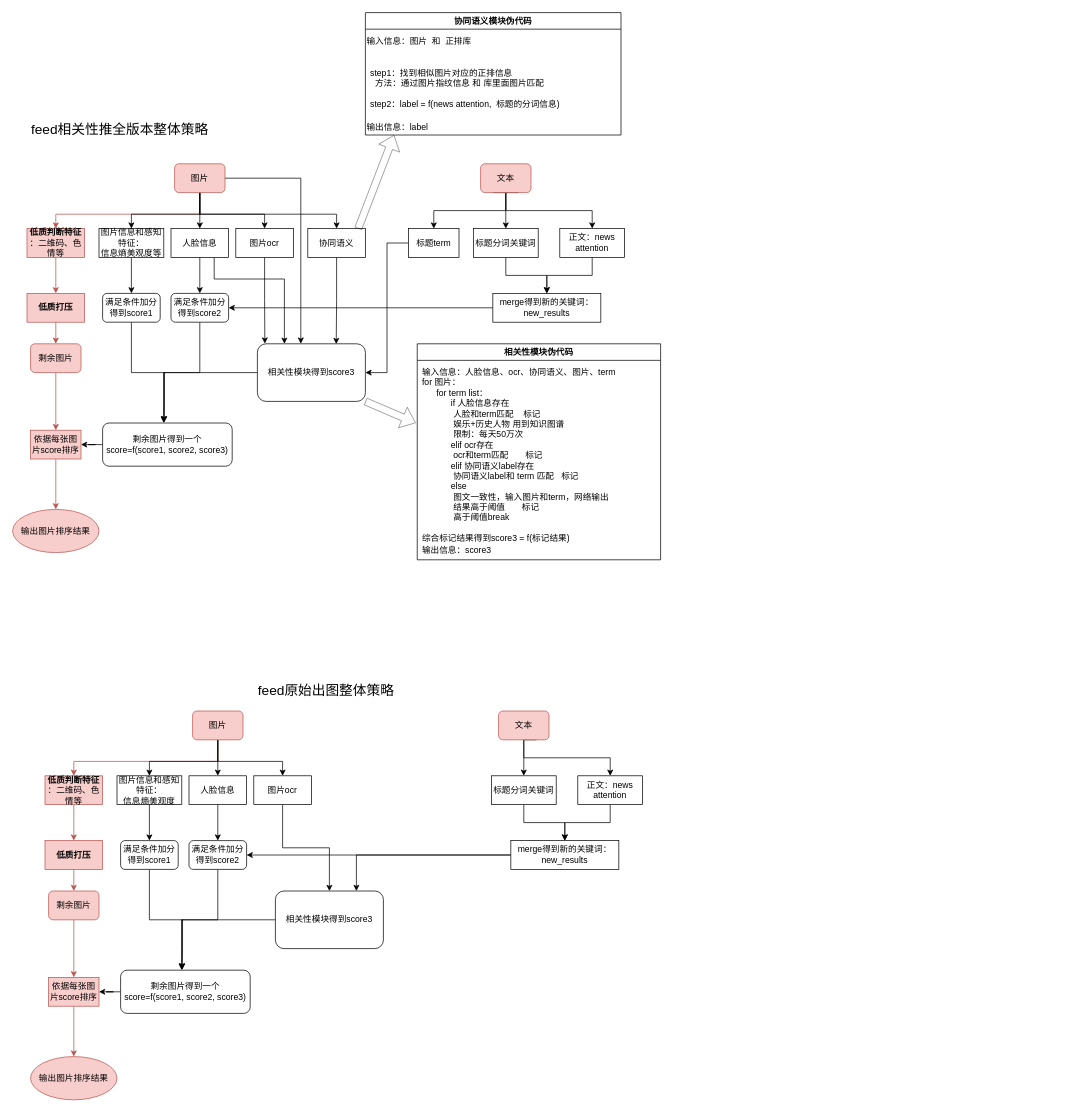
2018liuyan/one keeps this draw.io diagram as feed出图.drawio. Above is the earlier version. Source tidied: cells renumbered, new cells numbered last; positions are measured from the earlier drawing's top-left corner, leaving out a move shared by most shapes. Both pictures are drawn from the tidied source at 72%, with x=0, y=0 at pixel (12, 12).
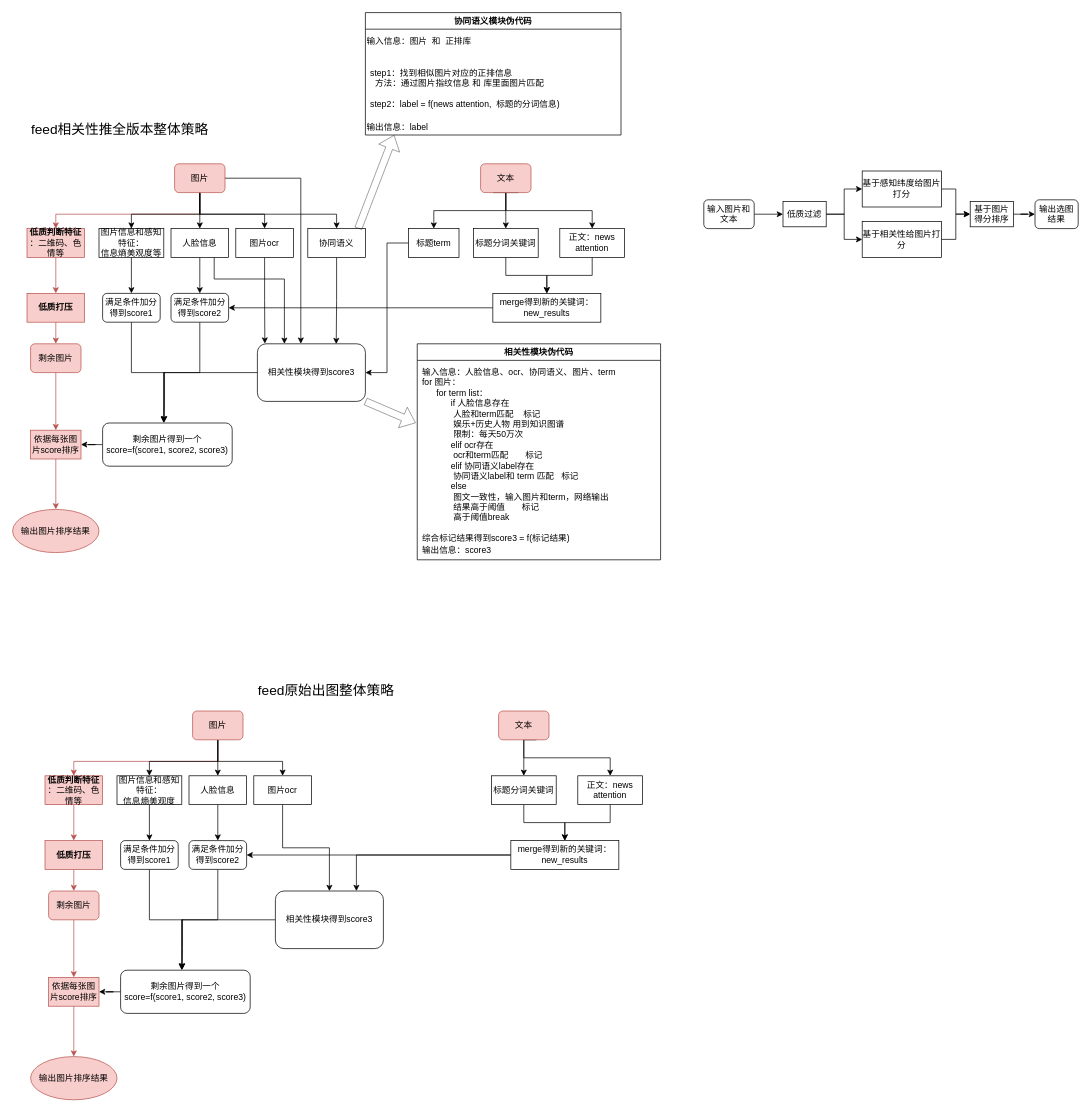
Above is the later version.

The edit, as a diff of the source:
```diff
@@
+    <mxCell id="97" style="edgeStyle=orthogonalEdgeStyle;rounded=0;jettySize=auto;html=1;entryX=0;entryY=0.5;entryDx=0;entryDy=0;" parent="1" edge="1" source="98" target="101">
+      <mxGeometry relative="1" as="geometry" />
+    </mxCell>
+    <mxCell id="98" value="输入图片和文本" style="rounded=1;whiteSpace=wrap;html=1;" parent="1" vertex="1">
+      <mxGeometry x="960" y="260" width="70" height="40" as="geometry" />
+    </mxCell>
+    <mxCell id="99" style="edgeStyle=orthogonalEdgeStyle;rounded=0;jettySize=auto;html=1;entryX=0;entryY=0.5;entryDx=0;entryDy=0;fontSize=12;" parent="1" edge="1" source="101" target="103">
+      <mxGeometry relative="1" as="geometry" />
+    </mxCell>
+    <mxCell id="100" style="edgeStyle=orthogonalEdgeStyle;rounded=0;jettySize=auto;html=1;exitX=1;exitY=0.5;exitDx=0;exitDy=0;entryX=0;entryY=0.5;entryDx=0;entryDy=0;fontSize=12;" parent="1" edge="1" source="101" target="105">
+      <mxGeometry relative="1" as="geometry" />
+    </mxCell>
+    <mxCell id="101" value="低质过滤" style="rounded=0;whiteSpace=wrap;html=1;" parent="1" vertex="1">
+      <mxGeometry x="1070" y="262.5" width="60" height="35" as="geometry" />
+    </mxCell>
+    <mxCell id="102" style="edgeStyle=orthogonalEdgeStyle;rounded=0;jettySize=auto;html=1;entryX=-0.008;entryY=0.494;entryDx=0;entryDy=0;entryPerimeter=0;fontSize=12;" parent="1" edge="1" source="103" target="107">
+      <mxGeometry relative="1" as="geometry" />
+    </mxCell>
+    <mxCell id="103" value="&lt;div&gt;&lt;font face=&quot;DengXian&quot; style=&quot;font-size: 12px&quot;&gt;基于感知纬度给图片打分&lt;/font&gt;&lt;/div&gt;" style="rounded=0;whiteSpace=wrap;html=1;" parent="1" vertex="1">
+      <mxGeometry x="1180" y="220" width="110" height="50" as="geometry" />
+    </mxCell>
+    <mxCell id="104" style="edgeStyle=orthogonalEdgeStyle;rounded=0;jettySize=auto;html=1;exitX=1;exitY=0.5;exitDx=0;exitDy=0;entryX=0;entryY=0.5;entryDx=0;entryDy=0;fontSize=12;" parent="1" edge="1" source="105" target="107">
+      <mxGeometry relative="1" as="geometry" />
+    </mxCell>
+    <mxCell id="105" value="&lt;font face=&quot;DengXian&quot;&gt;基于相关性给图片打分&lt;/font&gt;" style="rounded=0;whiteSpace=wrap;html=1;" parent="1" vertex="1">
+      <mxGeometry x="1180" y="290" width="110" height="50" as="geometry" />
+    </mxCell>
+    <mxCell id="106" style="edgeStyle=orthogonalEdgeStyle;rounded=0;jettySize=auto;html=1;entryX=0;entryY=0.5;entryDx=0;entryDy=0;fontSize=12;" parent="1" edge="1" source="107" target="108">
+      <mxGeometry relative="1" as="geometry" />
+    </mxCell>
+    <mxCell id="107" value="基于图片得分排序" style="rounded=0;whiteSpace=wrap;html=1;" parent="1" vertex="1">
+      <mxGeometry x="1330" y="262.5" width="60" height="35" as="geometry" />
+    </mxCell>
+    <mxCell id="108" value="输出选图结果" style="rounded=1;whiteSpace=wrap;html=1;fontSize=12;" parent="1" vertex="1">
+      <mxGeometry x="1420" y="260" width="60" height="40" as="geometry" />
+    </mxCell>
```
